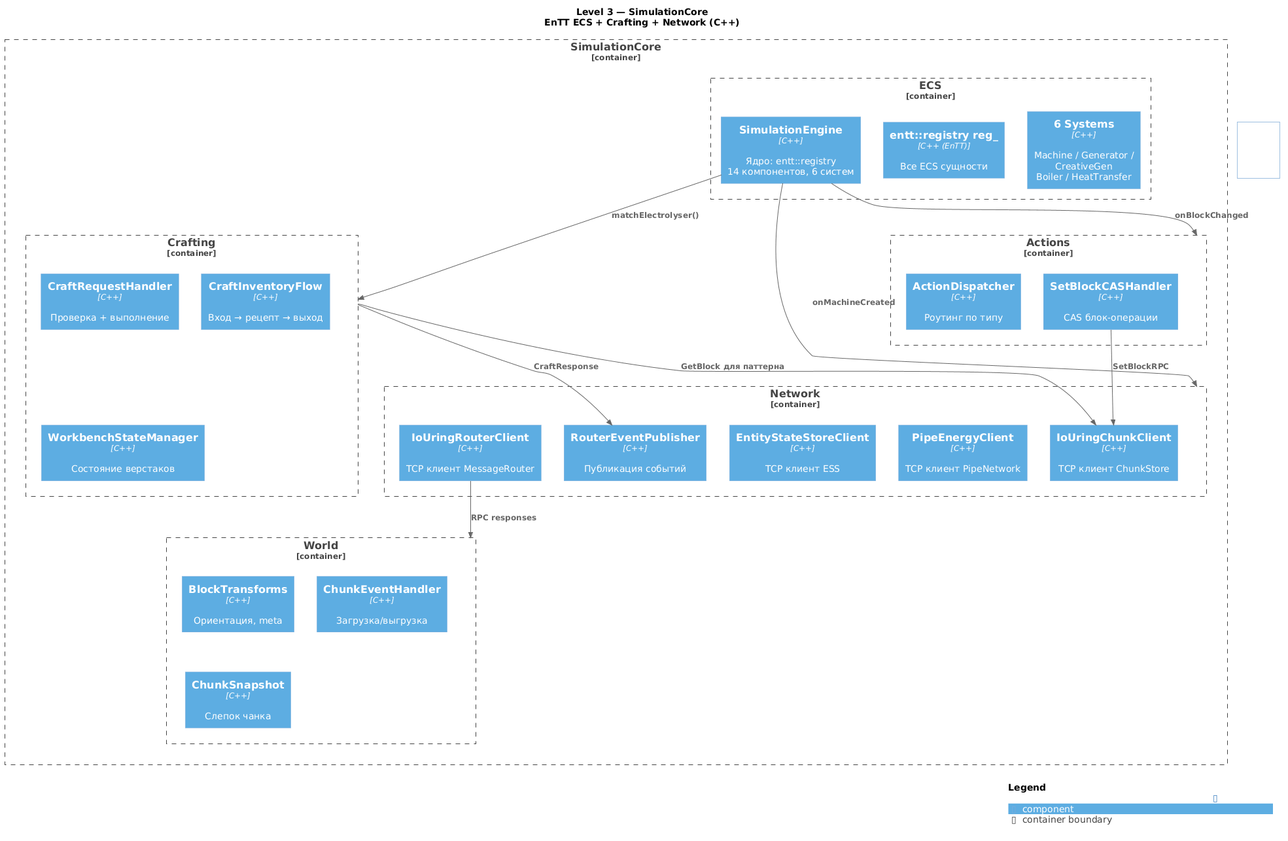
Before: doc/c4/GTNH-SimCore-level3.png, a diagram exported from PlantUML (lexasub/gtnh-platform).
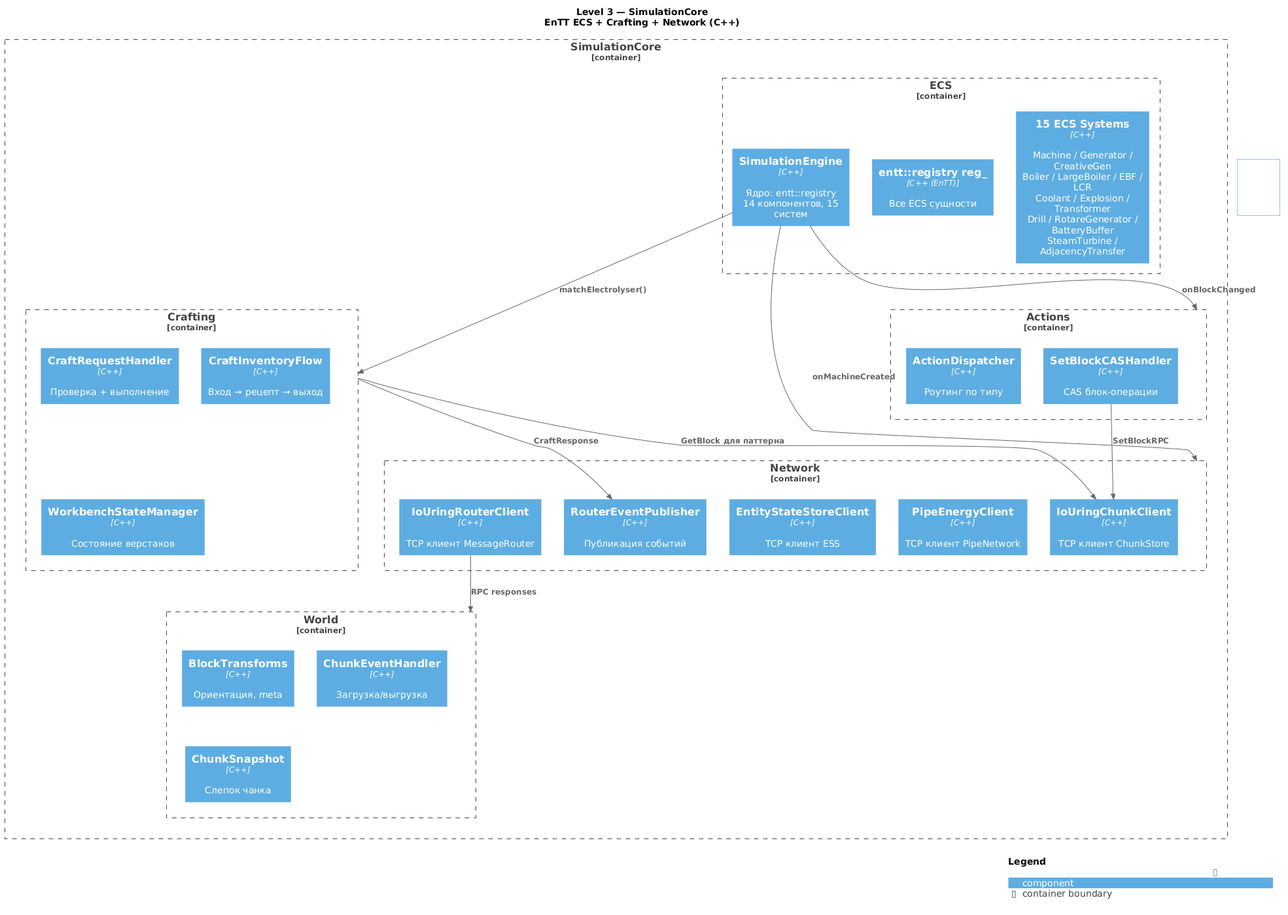
Above is the later version.

Commit message:
docs(c4): simcore — 15 ECS systems (matches main.cpp registrations)

What changed in the source:
```diff
@@ -9,9 +9,9 @@
 Container_Boundary(sim, "SimulationCore") {
 
     Container_Boundary(ecs, "ECS") {
-        Component(ecs_engine, "SimulationEngine", "C++", "Ядро: entt::registry\n14 компонентов, 6 систем")
+        Component(ecs_engine, "SimulationEngine", "C++", "Ядро: entt::registry\n14 компонентов, 15 систем")
         Component(ecs_reg, "entt::registry reg_", "C++ (EnTT)", "Все ECS сущности")
-        Component(ecs_systems, "6 Systems", "C++", "Machine / Generator / CreativeGen\nBoiler / HeatTransfer")
+        Component(ecs_systems, "15 ECS Systems", "C++", "Machine / Generator / CreativeGen\nBoiler / LargeBoiler / EBF / LCR\nCoolant / Explosion / Transformer\nDrill / RotareGenerator / BatteryBuffer\nSteamTurbine / AdjacencyTransfer")
     }
 
     Container_Boundary(actions, "Actions") {
```
